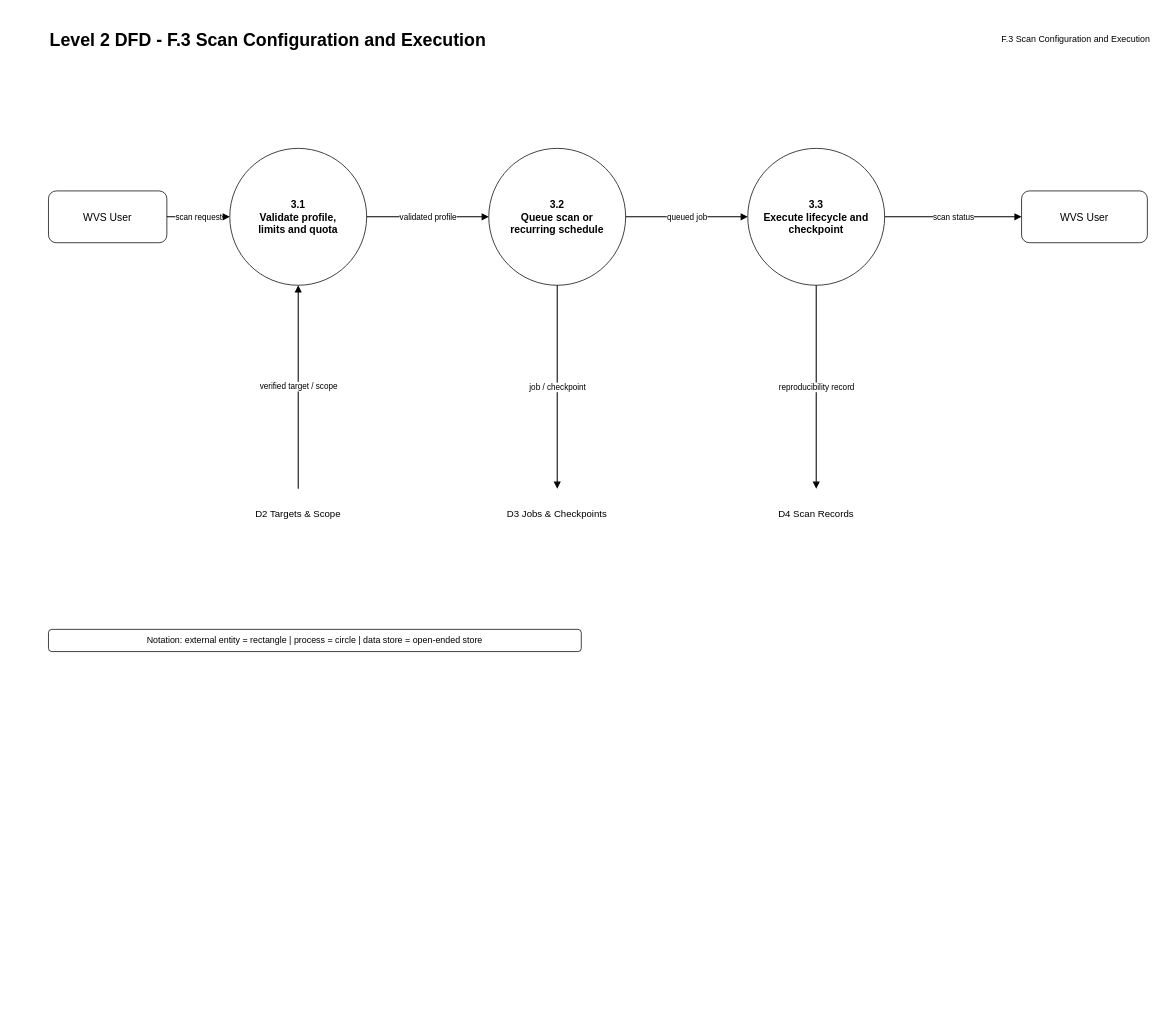
Before: page "F.3" (5 of 11) of docs/Website_Vulnerability_Scanner_DFD.drawio in ksacheth/software-engineering, a draw.io diagram. Source tidied: cells renumbered, new cells numbered last; positions are measured from the earlier drawing's top-left corner, leaving out a move shared by most shapes. Both pictures are drawn from the tidied source at 74%, with x=0, y=0 at pixel (48, 25).
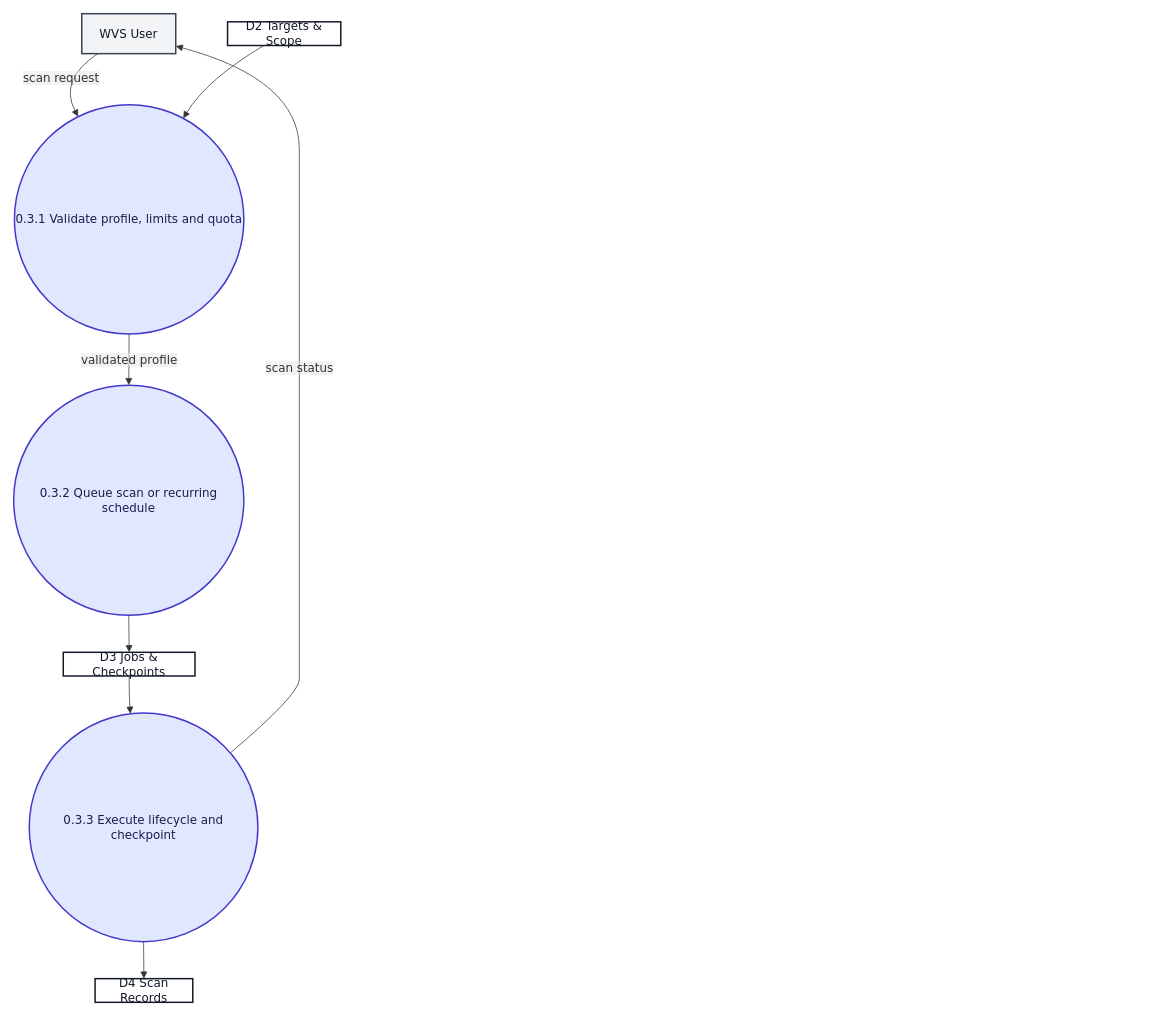
The same diagram, later.

Change to the diagram source:
```diff
@@
-    <mxCell id="2" value="Level 2 DFD - F.3 Scan Configuration and Execution" style="text;html=1;align=left;verticalAlign=middle;fontSize=24;fontStyle=1;fontColor=#000000;" parent="1" vertex="1">
-      <mxGeometry width="800" height="40" as="geometry" />
+    <mxCell id="2" value="WVS User" style="html=1;whiteSpace=wrap;strokeWidth=2;fillColor=#f3f4f6;strokeColor=#374151;fontColor=#111827;fontFamily=Trebuchet MS,Verdana,Arial,sans-serif;fontSize=16;" parent="1" vertex="1">
+      <mxGeometry x="45" y="-16" width="127" height="54" as="geometry" />
     </mxCell>
-    <mxCell id="3" value="F.3 Scan Configuration and Execution" style="text;html=1;align=right;verticalAlign=middle;fontSize=12;fontColor=#000000;" parent="1" vertex="1">
-      <mxGeometry x="970" y="4" width="520" height="30" as="geometry" />
+    <mxCell id="3" value="0.3.1 Validate profile, limits and quota" style="ellipse;html=1;strokeWidth=2;whiteSpace=wrap;fillColor=#e0e7ff;strokeColor=#4338ca;fontColor=#1e1b4b;fontFamily=Trebuchet MS,Verdana,Arial,sans-serif;fontSize=16;" parent="1" vertex="1">
+      <mxGeometry x="-46" y="107" width="310" height="310" as="geometry" />
     </mxCell>
-    <mxCell id="4" value="Notation: external entity = rectangle | process = circle | data store = open-ended store" style="rounded=1;whiteSpace=wrap;html=1;fillColor=#ffffff;strokeColor=#000000;fontSize=12;fontColor=#000000;" parent="1" vertex="1">
-      <mxGeometry y="816" width="720" height="30" as="geometry" />
+    <mxCell id="4" value="0.3.2 Queue scan or recurring schedule" style="ellipse;html=1;strokeWidth=2;whiteSpace=wrap;fillColor=#e0e7ff;strokeColor=#4338ca;fontColor=#1e1b4b;fontFamily=Trebuchet MS,Verdana,Arial,sans-serif;fontSize=16;" parent="1" vertex="1">
+      <mxGeometry x="-47" y="486" width="311" height="311" as="geometry" />
     </mxCell>
-    <mxCell id="5" value="3.1&lt;br&gt;Validate profile,&lt;br&gt;limits and quota" style="shape=ellipse;whiteSpace=wrap;html=1;fillColor=#ffffff;strokeColor=#000000;fontSize=14;fontStyle=1;fontColor=#000000;" parent="1" vertex="1">
-      <mxGeometry x="245" y="166" width="185" height="185" as="geometry" />
+    <mxCell id="5" value="0.3.3 Execute lifecycle and checkpoint" style="ellipse;html=1;strokeWidth=2;whiteSpace=wrap;fillColor=#e0e7ff;strokeColor=#4338ca;fontColor=#1e1b4b;fontFamily=Trebuchet MS,Verdana,Arial,sans-serif;fontSize=16;" parent="1" vertex="1">
+      <mxGeometry x="-26" y="929" width="309" height="309" as="geometry" />
     </mxCell>
-    <mxCell id="6" value="3.2&lt;br&gt;Queue scan or&lt;br&gt;recurring schedule" style="shape=ellipse;whiteSpace=wrap;html=1;fillColor=#ffffff;strokeColor=#000000;fontSize=14;fontStyle=1;fontColor=#000000;" parent="1" vertex="1">
-      <mxGeometry x="595" y="166" width="185" height="185" as="geometry" />
+    <mxCell id="6" value="D2 Targets &amp; Scope" style="html=1;whiteSpace=wrap;strokeWidth=2;fillColor=none;strokeColor=#111827;fontColor=#111827;fontFamily=Trebuchet MS,Verdana,Arial,sans-serif;fontSize=16;" parent="1" vertex="1">
+      <mxGeometry x="242" y="-5" width="153" height="32" as="geometry" />
     </mxCell>
-    <mxCell id="7" value="3.3&lt;br&gt;Execute lifecycle and&lt;br&gt;checkpoint" style="shape=ellipse;whiteSpace=wrap;html=1;fillColor=#ffffff;strokeColor=#000000;fontSize=14;fontStyle=1;fontColor=#000000;" parent="1" vertex="1">
-      <mxGeometry x="945" y="166" width="185" height="185" as="geometry" />
+    <mxCell id="7" value="D3 Jobs &amp; Checkpoints" style="html=1;whiteSpace=wrap;strokeWidth=2;fillColor=none;strokeColor=#111827;fontColor=#111827;fontFamily=Trebuchet MS,Verdana,Arial,sans-serif;fontSize=16;" parent="1" vertex="1">
+      <mxGeometry x="20" y="847" width="178" height="32" as="geometry" />
     </mxCell>
-    <mxCell id="8" value="WVS User" style="rounded=1;whiteSpace=wrap;html=1;fillColor=#ffffff;strokeColor=#000000;fontSize=14;fontColor=#000000;" parent="1" vertex="1">
-      <mxGeometry y="223.5" width="160" height="70" as="geometry" />
+    <mxCell id="8" value="D4 Scan Records" style="html=1;whiteSpace=wrap;strokeWidth=2;fillColor=none;strokeColor=#111827;fontColor=#111827;fontFamily=Trebuchet MS,Verdana,Arial,sans-serif;fontSize=16;" parent="1" vertex="1">
+      <mxGeometry x="63" y="1288" width="132" height="32" as="geometry" />
     </mxCell>
-    <mxCell id="9" value="scan request" style="edgeStyle=orthogonalEdgeStyle;rounded=0;jettySize=auto;html=1;endArrow=block;endFill=1;strokeWidth=1.4;strokeColor=#000000;fontSize=11;fontColor=#000000;labelBackgroundColor=#ffffff;" parent="1" edge="1" source="8" target="5">
-      <mxGeometry relative="1" as="geometry" />
+    <mxCell id="9" value="scan request" style="curved=1;startArrow=none;endArrow=block;endSize=7;strokeColor=light-dark(#333333,#cccccc);html=1;fontSize=16;labelBackgroundColor=light-dark(#E8E8E88D,#2a2a2a8D);fontFamily=Trebuchet MS,Verdana,Arial,sans-serif;fontColor=light-dark(#333333,#cccccc);exitX=0.17;exitY=1;entryX=0.25;entryY=0;" parent="1" edge="1" source="2" target="3">
+      <mxGeometry relative="1" as="geometry">
+        <Array as="points">
+          <mxPoint x="14" y="73" />
+        </Array>
+      </mxGeometry>
     </mxCell>
-    <mxCell id="10" value="WVS User" style="rounded=1;whiteSpace=wrap;html=1;fillColor=#ffffff;strokeColor=#000000;fontSize=14;fontColor=#000000;" parent="1" vertex="1">
-      <mxGeometry x="1315" y="223.5" width="170" height="70" as="geometry" />
+    <mxCell id="10" value="scan status" style="curved=1;startArrow=none;endArrow=block;endSize=7;strokeColor=light-dark(#333333,#cccccc);html=1;fontSize=16;labelBackgroundColor=light-dark(#E8E8E88D,#2a2a2a8D);fontFamily=Trebuchet MS,Verdana,Arial,sans-serif;fontColor=light-dark(#333333,#cccccc);exitX=1;exitY=0.07;entryX=1;entryY=0.81;" parent="1" edge="1" source="5" target="2">
+      <mxGeometry relative="1" as="geometry">
+        <Array as="points">
+          <mxPoint x="339" y="904" />
+          <mxPoint x="339" y="863" />
+          <mxPoint x="339" y="822" />
+          <mxPoint x="339" y="642" />
+          <mxPoint x="339" y="452" />
+          <mxPoint x="339" y="262" />
+          <mxPoint x="339" y="73" />
+        </Array>
+      </mxGeometry>
     </mxCell>
-    <mxCell id="11" value="scan status" style="edgeStyle=orthogonalEdgeStyle;rounded=0;jettySize=auto;html=1;endArrow=block;endFill=1;strokeWidth=1.4;strokeColor=#000000;fontSize=11;fontColor=#000000;labelBackgroundColor=#ffffff;" parent="1" edge="1" source="7" target="10">
+    <mxCell id="11" value="validated profile" style="curved=1;startArrow=none;endArrow=block;endSize=7;strokeColor=light-dark(#333333,#cccccc);html=1;fontSize=16;labelBackgroundColor=light-dark(#E8E8E88D,#2a2a2a8D);fontFamily=Trebuchet MS,Verdana,Arial,sans-serif;fontColor=light-dark(#333333,#cccccc);exitX=0.5;exitY=1;entryX=0.5;entryY=0;" parent="1" edge="1" source="3" target="4">
       <mxGeometry relative="1" as="geometry" />
     </mxCell>
-    <mxCell id="12" value="validated profile" style="edgeStyle=orthogonalEdgeStyle;rounded=0;jettySize=auto;html=1;endArrow=block;endFill=1;strokeWidth=1.4;strokeColor=#000000;fontSize=11;fontColor=#000000;labelBackgroundColor=#ffffff;" parent="1" edge="1" source="5" target="6">
-      <mxGeometry relative="1" as="geometry" />
+    <mxCell id="12" style="curved=1;startArrow=none;endArrow=block;endSize=7;strokeColor=light-dark(#333333,#cccccc);exitX=0.32;exitY=1;entryX=0.77;entryY=0;" parent="1" edge="1" source="6" target="3">
+      <mxGeometry relative="1" as="geometry">
+        <Array as="points">
+          <mxPoint x="214" y="73" />
+        </Array>
+      </mxGeometry>
     </mxCell>
-    <mxCell id="13" value="queued job" style="edgeStyle=orthogonalEdgeStyle;rounded=0;jettySize=auto;html=1;endArrow=block;endFill=1;strokeWidth=1.4;strokeColor=#000000;fontSize=11;fontColor=#000000;labelBackgroundColor=#ffffff;" parent="1" edge="1" source="6" target="7">
+    <mxCell id="13" style="curved=1;startArrow=none;endArrow=block;endSize=7;strokeColor=light-dark(#333333,#cccccc);exitX=0.5;exitY=1;entryX=0.5;entryY=0;" parent="1" edge="1" source="4" target="7">
       <mxGeometry relative="1" as="geometry" />
     </mxCell>
-    <mxCell id="14" value="D2 Targets &amp; Scope" style="shape=partialRectangle;whiteSpace=wrap;html=1;fillColor=#ffffff;strokeColor=#000000;fontSize=13;fontColor=#000000;top=0;left=0;right=0;bottom=0;" parent="1" vertex="1">
-      <mxGeometry x="220" y="626" width="235" height="65" as="geometry" />
+    <mxCell id="14" style="curved=1;startArrow=none;endArrow=block;endSize=7;strokeColor=light-dark(#333333,#cccccc);exitX=0.5;exitY=1;entryX=0.44;entryY=0;" parent="1" edge="1" source="7" target="5">
+      <mxGeometry relative="1" as="geometry">
+        <Array as="points">
+          <mxPoint x="109" y="904" />
+        </Array>
+      </mxGeometry>
     </mxCell>
-    <mxCell id="15" value="verified target / scope" style="edgeStyle=orthogonalEdgeStyle;rounded=0;jettySize=auto;html=1;endArrow=block;endFill=1;strokeWidth=1.4;strokeColor=#000000;fontSize=11;fontColor=#000000;labelBackgroundColor=#ffffff;" parent="1" edge="1" source="14" target="5">
+    <mxCell id="15" style="curved=1;startArrow=none;endArrow=block;endSize=7;strokeColor=light-dark(#333333,#cccccc);exitX=0.5;exitY=1;entryX=0.5;entryY=0;" parent="1" edge="1" source="5" target="8">
       <mxGeometry relative="1" as="geometry" />
     </mxCell>
-    <mxCell id="16" value="D3 Jobs &amp; Checkpoints" style="shape=partialRectangle;whiteSpace=wrap;html=1;fillColor=#ffffff;strokeColor=#000000;fontSize=13;fontColor=#000000;top=0;left=0;right=0;bottom=0;" parent="1" vertex="1">
-      <mxGeometry x="570" y="626" width="235" height="65" as="geometry" />
-    </mxCell>
-    <mxCell id="17" value="job / checkpoint" style="edgeStyle=orthogonalEdgeStyle;rounded=0;jettySize=auto;html=1;endArrow=block;endFill=1;strokeWidth=1.4;strokeColor=#000000;fontSize=11;fontColor=#000000;labelBackgroundColor=#ffffff;" parent="1" edge="1" source="6" target="16">
-      <mxGeometry relative="1" as="geometry" />
-    </mxCell>
-    <mxCell id="18" value="D4 Scan Records" style="shape=partialRectangle;whiteSpace=wrap;html=1;fillColor=#ffffff;strokeColor=#000000;fontSize=13;fontColor=#000000;top=0;left=0;right=0;bottom=0;" parent="1" vertex="1">
-      <mxGeometry x="920" y="626" width="235" height="65" as="geometry" />
-    </mxCell>
-    <mxCell id="19" value="reproducibility record" style="edgeStyle=orthogonalEdgeStyle;rounded=0;jettySize=auto;html=1;endArrow=block;endFill=1;strokeWidth=1.4;strokeColor=#000000;fontSize=11;fontColor=#000000;labelBackgroundColor=#ffffff;" parent="1" edge="1" source="7" target="18">
-      <mxGeometry relative="1" as="geometry" />
-    </mxCell>
```
